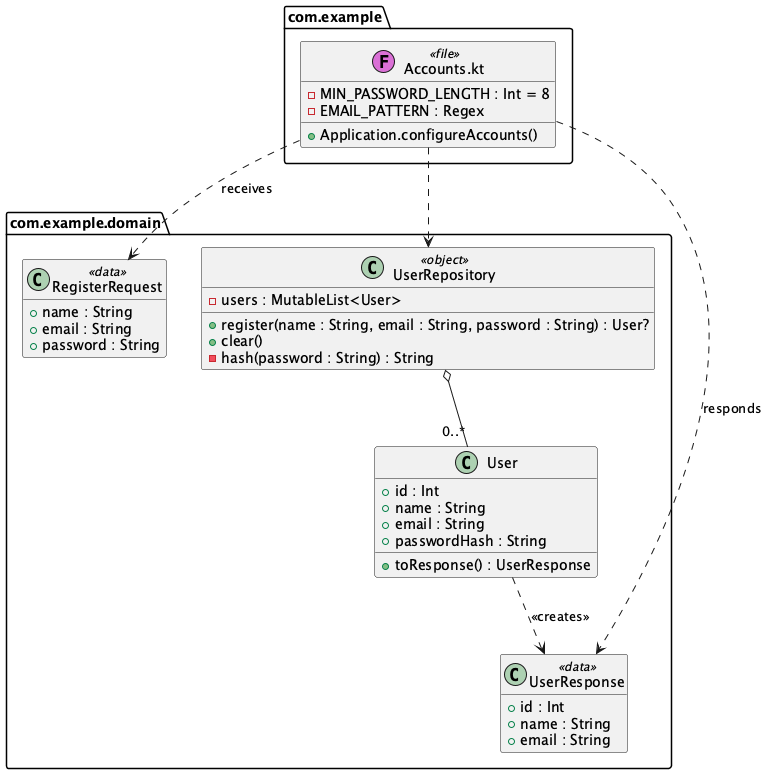
Rent-a-car-38291/rent-a-car keeps this PlantUML diagram as docs/diagrams/class-accounts.png. Above is the earlier version.
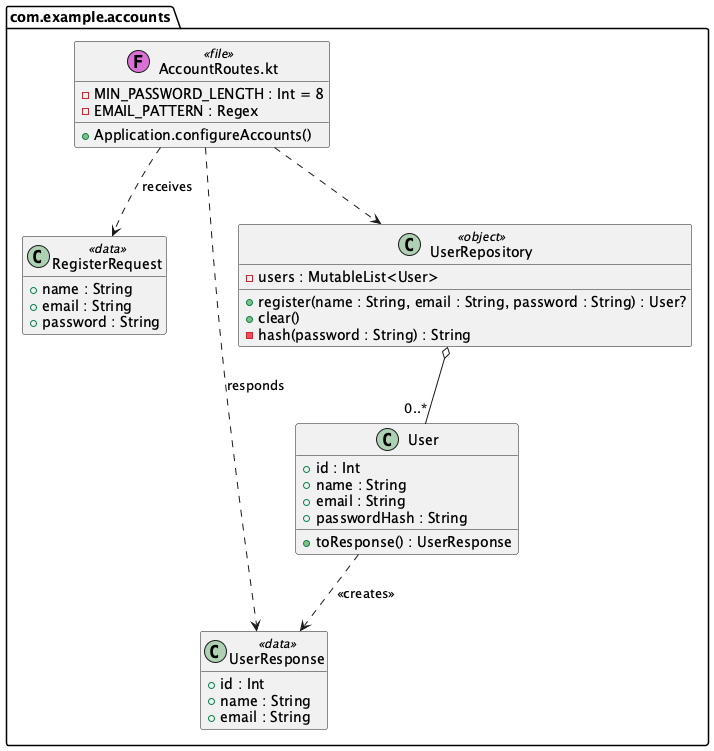
Later version of the same file.

Diff of the diagram source:
```diff
@@ -2,15 +2,12 @@
 hide empty members
 set separator none
 
-package com.example <<Folder>> {
-  class "Accounts.kt" as Accounts <<(F,orchid) file>> {
+package com.example.accounts <<Folder>> {
+  class "AccountRoutes.kt" as AccountRoutes <<(F,orchid) file>> {
     - MIN_PASSWORD_LENGTH : Int = 8
     - EMAIL_PATTERN : Regex
     + Application.configureAccounts()
   }
-}
-
-package com.example.domain <<Folder>> {
   class User {
     + id : Int
     + name : String
@@ -38,8 +35,8 @@
 
 UserRepository o-- "0..*" User
 User ..> UserResponse : <<creates>>
-Accounts ..> RegisterRequest : receives
-Accounts ..> UserResponse : responds
-Accounts ..> UserRepository
+AccountRoutes ..> RegisterRequest : receives
+AccountRoutes ..> UserResponse : responds
+AccountRoutes ..> UserRepository
 
 @enduml
```
